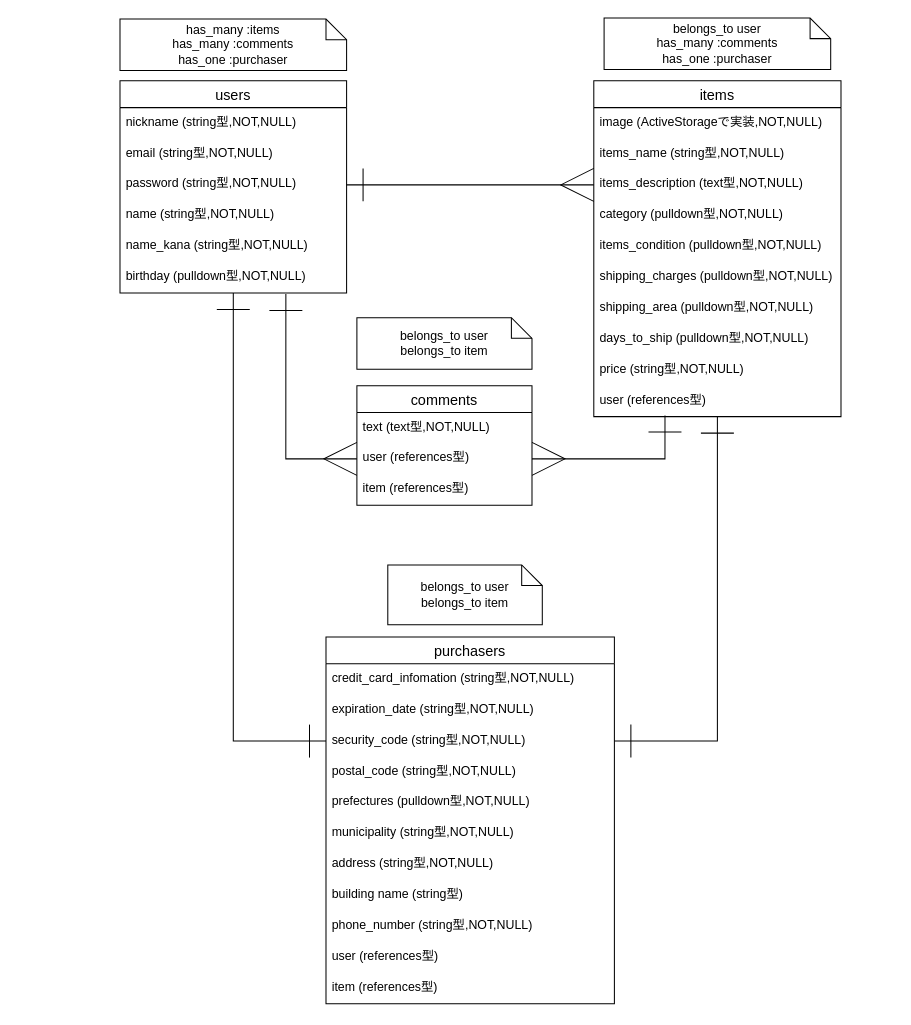
The draw.io diagram ER.dio in Yurai-0820/furima-31517, before the edit. Source tidied: cells renumbered, new cells numbered last; positions are measured from the earlier drawing's top-left corner, leaving out a move shared by most shapes. Both pictures are drawn from the tidied source at 103%, with x=0, y=0 at pixel (119, 18).
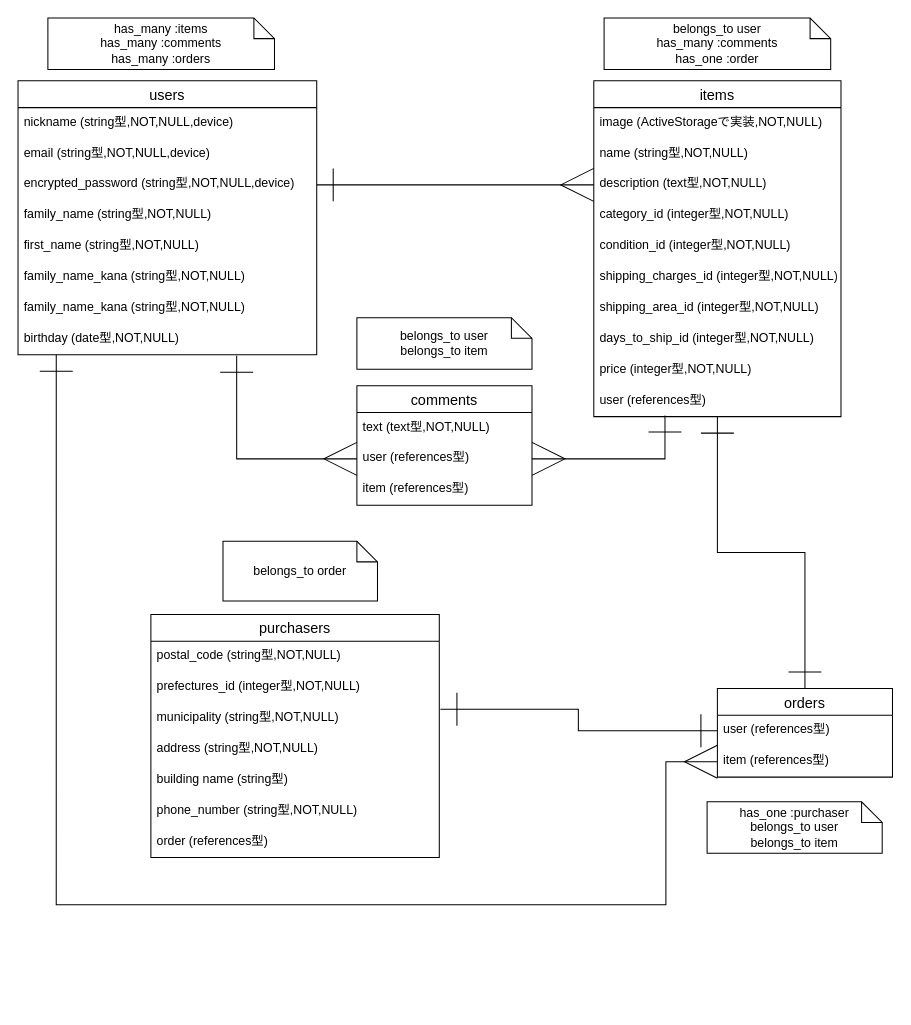
The same diagram, later.

Unchanged cells that the change refers to:
```xml
<mxCell id="9" value="items" style="swimlane;fontStyle=0;horizontal=1;startSize=26;align=center;fontSize=14;" parent="1" vertex="1">
  <mxGeometry x="460" y="61" width="240" height="326" as="geometry" />
</mxCell>
```

The edit, as a diff of the source:
```diff
@@
     <mxCell id="2" value="users" style="swimlane;fontStyle=0;horizontal=1;startSize=26;align=center;fontSize=14;" parent="1" vertex="1">
-      <mxGeometry y="61" width="220" height="206" as="geometry" />
+      <mxGeometry x="-99" y="61" width="290" height="266" as="geometry" />
     </mxCell>
-    <mxCell id="3" value="nickname (string型,NOT,NULL)" style="text;strokeColor=none;fillColor=none;spacingLeft=4;spacingRight=4;overflow=hidden;fontSize=12;" parent="2" vertex="1">
-      <mxGeometry y="26" width="220" height="30" as="geometry" />
+    <mxCell id="3" value="nickname (string型,NOT,NULL,device)" style="text;strokeColor=none;fillColor=none;spacingLeft=4;spacingRight=4;overflow=hidden;fontSize=12;" parent="2" vertex="1">
+      <mxGeometry y="26" width="290" height="30" as="geometry" />
     </mxCell>
-    <mxCell id="4" value="email (string型,NOT,NULL)" style="text;strokeColor=none;fillColor=none;spacingLeft=4;spacingRight=4;overflow=hidden;fontSize=12;" parent="2" vertex="1">
-      <mxGeometry y="56" width="220" height="30" as="geometry" />
+    <mxCell id="4" value="email (string型,NOT,NULL,device)" style="text;strokeColor=none;fillColor=none;spacingLeft=4;spacingRight=4;overflow=hidden;fontSize=12;" parent="2" vertex="1">
+      <mxGeometry y="56" width="290" height="30" as="geometry" />
     </mxCell>
-    <mxCell id="5" value="password (string型,NOT,NULL)" style="text;strokeColor=none;fillColor=none;spacingLeft=4;spacingRight=4;overflow=hidden;points=[[0,0.5],[1,0.5]];portConstraint=eastwest;fontSize=12;" parent="2" vertex="1">
-      <mxGeometry y="86" width="220" height="30" as="geometry" />
+    <mxCell id="5" value="encrypted_password (string型,NOT,NULL,device)" style="text;strokeColor=none;fillColor=none;spacingLeft=4;spacingRight=4;overflow=hidden;points=[[0,0.5],[1,0.5]];portConstraint=eastwest;fontSize=12;" parent="2" vertex="1">
+      <mxGeometry y="86" width="290" height="30" as="geometry" />
     </mxCell>
-    <mxCell id="6" value="name (string型,NOT,NULL)" style="text;strokeColor=none;fillColor=none;spacingLeft=4;spacingRight=4;overflow=hidden;fontSize=12;" parent="2" vertex="1">
-      <mxGeometry y="116" width="220" height="30" as="geometry" />
+    <mxCell id="6" value="family_name (string型,NOT,NULL)" style="text;strokeColor=none;fillColor=none;spacingLeft=4;spacingRight=4;overflow=hidden;fontSize=12;" parent="2" vertex="1">
+      <mxGeometry y="116" width="290" height="30" as="geometry" />
     </mxCell>
+    <mxCell id="45" value="first_name (string型,NOT,NULL)" style="text;strokeColor=none;fillColor=none;spacingLeft=4;spacingRight=4;overflow=hidden;fontSize=12;" parent="2" vertex="1">
+      <mxGeometry y="146" width="290" height="30" as="geometry" />
+    </mxCell>
-    <mxCell id="7" value="name_kana (string型,NOT,NULL)" style="text;strokeColor=none;fillColor=none;spacingLeft=4;spacingRight=4;overflow=hidden;fontSize=12;" parent="2" vertex="1">
-      <mxGeometry y="146" width="220" height="30" as="geometry" />
+    <mxCell id="7" value="family_name_kana (string型,NOT,NULL)" style="text;strokeColor=none;fillColor=none;spacingLeft=4;spacingRight=4;overflow=hidden;fontSize=12;" parent="2" vertex="1">
+      <mxGeometry y="176" width="290" height="30" as="geometry" />
     </mxCell>
+    <mxCell id="46" value="family_name_kana (string型,NOT,NULL)" style="text;strokeColor=none;fillColor=none;spacingLeft=4;spacingRight=4;overflow=hidden;fontSize=12;" parent="2" vertex="1">
+      <mxGeometry y="206" width="290" height="30" as="geometry" />
+    </mxCell>
-    <mxCell id="8" value="birthday (pulldown型,NOT,NULL)" style="text;strokeColor=none;fillColor=none;spacingLeft=4;spacingRight=4;overflow=hidden;points=[[0,0.5],[1,0.5]];portConstraint=eastwest;fontSize=12;" parent="2" vertex="1">
-      <mxGeometry y="176" width="220" height="30" as="geometry" />
+    <mxCell id="8" value="birthday (date型,NOT,NULL)" style="text;strokeColor=none;fillColor=none;spacingLeft=4;spacingRight=4;overflow=hidden;points=[[0,0.5],[1,0.5]];portConstraint=eastwest;fontSize=12;" parent="2" vertex="1">
+      <mxGeometry y="236" width="290" height="30" as="geometry" />
     </mxCell>
+    <mxCell id="47" style="edgeStyle=orthogonalEdgeStyle;rounded=0;jettySize=auto;html=1;entryX=0.5;entryY=0;entryDx=0;entryDy=0;endSize=30;startSize=30;startArrow=ERone;startFill=0;endArrow=ERone;endFill=0;" parent="1" edge="1" source="9" target="48">
+      <mxGeometry relative="1" as="geometry" />
+    </mxCell>
@@
-    <mxCell id="11" value="items_name (string型,NOT,NULL)" style="text;strokeColor=none;fillColor=none;spacingLeft=4;spacingRight=4;overflow=hidden;fontSize=12;" parent="9" vertex="1">
+    <mxCell id="11" value="name (string型,NOT,NULL)" style="text;strokeColor=none;fillColor=none;spacingLeft=4;spacingRight=4;overflow=hidden;fontSize=12;" parent="9" vertex="1">
       <mxGeometry y="56" width="240" height="30" as="geometry" />
     </mxCell>
-    <mxCell id="12" value="items_description (text型,NOT,NULL)" style="text;strokeColor=none;fillColor=none;spacingLeft=4;spacingRight=4;overflow=hidden;points=[[0,0.5],[1,0.5]];portConstraint=eastwest;fontSize=12;" parent="9" vertex="1">
+    <mxCell id="12" value="description (text型,NOT,NULL)" style="text;strokeColor=none;fillColor=none;spacingLeft=4;spacingRight=4;overflow=hidden;points=[[0,0.5],[1,0.5]];portConstraint=eastwest;fontSize=12;" parent="9" vertex="1">
       <mxGeometry y="86" width="240" height="30" as="geometry" />
     </mxCell>
-    <mxCell id="13" value="category (pulldown型,NOT,NULL)" style="text;strokeColor=none;fillColor=none;spacingLeft=4;spacingRight=4;overflow=hidden;fontSize=12;" parent="9" vertex="1">
+    <mxCell id="13" value="category_id (integer型,NOT,NULL)" style="text;strokeColor=none;fillColor=none;spacingLeft=4;spacingRight=4;overflow=hidden;fontSize=12;" parent="9" vertex="1">
       <mxGeometry y="116" width="240" height="30" as="geometry" />
     </mxCell>
-    <mxCell id="14" value="items_condition (pulldown型,NOT,NULL)" style="text;strokeColor=none;fillColor=none;spacingLeft=4;spacingRight=4;overflow=hidden;fontSize=12;" parent="9" vertex="1">
+    <mxCell id="14" value="condition_id (integer型,NOT,NULL)" style="text;strokeColor=none;fillColor=none;spacingLeft=4;spacingRight=4;overflow=hidden;fontSize=12;" parent="9" vertex="1">
       <mxGeometry y="146" width="240" height="30" as="geometry" />
     </mxCell>
-    <mxCell id="15" value="shipping_charges (pulldown型,NOT,NULL)" style="text;strokeColor=none;fillColor=none;spacingLeft=4;spacingRight=4;overflow=hidden;fontSize=12;" parent="9" vertex="1">
+    <mxCell id="15" value="shipping_charges_id (integer型,NOT,NULL)" style="text;strokeColor=none;fillColor=none;spacingLeft=4;spacingRight=4;overflow=hidden;fontSize=12;" parent="9" vertex="1">
       <mxGeometry y="176" width="240" height="30" as="geometry" />
     </mxCell>
-    <mxCell id="16" value="shipping_area (pulldown型,NOT,NULL)" style="text;strokeColor=none;fillColor=none;spacingLeft=4;spacingRight=4;overflow=hidden;fontSize=12;" parent="9" vertex="1">
+    <mxCell id="16" value="shipping_area_id (integer型,NOT,NULL)" style="text;strokeColor=none;fillColor=none;spacingLeft=4;spacingRight=4;overflow=hidden;fontSize=12;" parent="9" vertex="1">
       <mxGeometry y="206" width="240" height="30" as="geometry" />
     </mxCell>
-    <mxCell id="17" value="days_to_ship (pulldown型,NOT,NULL)" style="text;strokeColor=none;fillColor=none;spacingLeft=4;spacingRight=4;overflow=hidden;fontSize=12;" parent="9" vertex="1">
+    <mxCell id="17" value="days_to_ship_id (integer型,NOT,NULL)" style="text;strokeColor=none;fillColor=none;spacingLeft=4;spacingRight=4;overflow=hidden;fontSize=12;" parent="9" vertex="1">
       <mxGeometry y="236" width="240" height="30" as="geometry" />
     </mxCell>
-    <mxCell id="18" value="price (string型,NOT,NULL)" style="text;strokeColor=none;fillColor=none;spacingLeft=4;spacingRight=4;overflow=hidden;fontSize=12;" parent="9" vertex="1">
+    <mxCell id="18" value="price (integer型,NOT,NULL)" style="text;strokeColor=none;fillColor=none;spacingLeft=4;spacingRight=4;overflow=hidden;fontSize=12;" parent="9" vertex="1">
       <mxGeometry y="266" width="240" height="30" as="geometry" />
     </mxCell>
@@
     <mxCell id="20" value="purchasers" style="swimlane;fontStyle=0;horizontal=1;startSize=26;align=center;fontSize=14;" parent="1" vertex="1">
-      <mxGeometry x="200" y="601" width="280" height="356" as="geometry" />
+      <mxGeometry x="30" y="579" width="280" height="236" as="geometry" />
     </mxCell>
-    <mxCell id="21" value="credit_card_infomation (string型,NOT,NULL)" style="text;strokeColor=none;fillColor=none;spacingLeft=4;spacingRight=4;overflow=hidden;fontSize=12;" parent="20" vertex="1">
-      <mxGeometry y="26" width="280" height="30" as="geometry" />
-    </mxCell>
-    <mxCell id="22" value="expiration_date (string型,NOT,NULL)" style="text;strokeColor=none;fillColor=none;spacingLeft=4;spacingRight=4;overflow=hidden;fontSize=12;" parent="20" vertex="1">
-      <mxGeometry y="56" width="280" height="30" as="geometry" />
-    </mxCell>
-    <mxCell id="23" value="security_code (string型,NOT,NULL)" style="text;strokeColor=none;fillColor=none;spacingLeft=4;spacingRight=4;overflow=hidden;points=[[0,0.5],[1,0.5]];portConstraint=eastwest;fontSize=12;" parent="20" vertex="1">
-      <mxGeometry y="86" width="280" height="30" as="geometry" />
-    </mxCell>
     <mxCell id="24" value="postal_code (string型,NOT,NULL)" style="text;strokeColor=none;fillColor=none;spacingLeft=4;spacingRight=4;overflow=hidden;fontSize=12;" parent="20" vertex="1">
-      <mxGeometry y="116" width="280" height="30" as="geometry" />
+      <mxGeometry y="26" width="280" height="30" as="geometry" />
     </mxCell>
-    <mxCell id="25" value="prefectures (pulldown型,NOT,NULL)" style="text;strokeColor=none;fillColor=none;spacingLeft=4;spacingRight=4;overflow=hidden;fontSize=12;" parent="20" vertex="1">
-      <mxGeometry y="146" width="280" height="30" as="geometry" />
+    <mxCell id="25" value="prefectures_id (integer型,NOT,NULL)" style="text;strokeColor=none;fillColor=none;spacingLeft=4;spacingRight=4;overflow=hidden;fontSize=12;" parent="20" vertex="1">
+      <mxGeometry y="56" width="280" height="30" as="geometry" />
     </mxCell>
     <mxCell id="26" value="municipality (string型,NOT,NULL)" style="text;strokeColor=none;fillColor=none;spacingLeft=4;spacingRight=4;overflow=hidden;points=[[0,0.5],[1,0.5]];portConstraint=eastwest;fontSize=12;" parent="20" vertex="1">
-      <mxGeometry y="176" width="280" height="30" as="geometry" />
+      <mxGeometry y="86" width="280" height="30" as="geometry" />
     </mxCell>
     <mxCell id="27" value="address (string型,NOT,NULL)" style="text;strokeColor=none;fillColor=none;spacingLeft=4;spacingRight=4;overflow=hidden;fontSize=12;" parent="20" vertex="1">
-      <mxGeometry y="206" width="280" height="30" as="geometry" />
+      <mxGeometry y="116" width="280" height="30" as="geometry" />
     </mxCell>
     <mxCell id="28" value="building name (string型)" style="text;strokeColor=none;fillColor=none;spacingLeft=4;spacingRight=4;overflow=hidden;fontSize=12;" parent="20" vertex="1">
-      <mxGeometry y="236" width="280" height="30" as="geometry" />
+      <mxGeometry y="146" width="280" height="30" as="geometry" />
     </mxCell>
     <mxCell id="29" value="phone_number (string型,NOT,NULL)" style="text;strokeColor=none;fillColor=none;spacingLeft=4;spacingRight=4;overflow=hidden;fontSize=12;" parent="20" vertex="1">
-      <mxGeometry y="266" width="280" height="30" as="geometry" />
+      <mxGeometry y="176" width="280" height="30" as="geometry" />
     </mxCell>
-    <mxCell id="30" value="user (references型)" style="text;strokeColor=none;fillColor=none;spacingLeft=4;spacingRight=4;overflow=hidden;fontSize=12;" parent="20" vertex="1">
-      <mxGeometry y="296" width="280" height="30" as="geometry" />
+    <mxCell id="30" value="order (references型)" style="text;strokeColor=none;fillColor=none;spacingLeft=4;spacingRight=4;overflow=hidden;fontSize=12;" parent="20" vertex="1">
+      <mxGeometry y="206" width="280" height="30" as="geometry" />
     </mxCell>
-    <mxCell id="31" value="item (references型)" style="text;strokeColor=none;fillColor=none;spacingLeft=4;spacingRight=4;overflow=hidden;points=[[0,0.5],[1,0.5]];portConstraint=eastwest;fontSize=12;" parent="20" vertex="1">
-      <mxGeometry y="326" width="280" height="30" as="geometry" />
-    </mxCell>
@@
-    <mxCell id="33" style="edgeStyle=orthogonalEdgeStyle;rounded=0;jettySize=auto;html=1;exitX=0;exitY=0.5;exitDx=0;exitDy=0;startArrow=ERone;startFill=0;startSize=30;endArrow=ERone;endFill=0;endSize=30;" parent="1" edge="1" source="23" target="2">
-      <mxGeometry relative="1" as="geometry" />
-    </mxCell>
-    <mxCell id="34" style="edgeStyle=orthogonalEdgeStyle;rounded=0;jettySize=auto;html=1;exitX=1;exitY=0.5;exitDx=0;exitDy=0;startArrow=ERone;startFill=0;startSize=30;endArrow=ERone;endFill=0;endSize=30;" parent="1" edge="1" source="23" target="9">
-      <mxGeometry relative="1" as="geometry" />
-    </mxCell>
@@
-    <mxCell id="41" value="has_many :items&lt;br&gt;has_many :comments&lt;br&gt;has_one :purchaser" style="shape=note;size=20;whiteSpace=wrap;html=1;" parent="1" vertex="1">
-      <mxGeometry y="1" width="220" height="50" as="geometry" />
+    <mxCell id="41" value="has_many :items&lt;br&gt;has_many :comments&lt;br&gt;has_many :orders" style="shape=note;size=20;whiteSpace=wrap;html=1;" parent="1" vertex="1">
+      <mxGeometry x="-70" width="220" height="50" as="geometry" />
     </mxCell>
-    <mxCell id="42" value="belongs_to user&lt;br&gt;has_many :comments&lt;br&gt;has_one :purchaser" style="shape=note;size=20;whiteSpace=wrap;html=1;" parent="1" vertex="1">
+    <mxCell id="42" value="belongs_to user&lt;br&gt;has_many :comments&lt;br&gt;has_one :order" style="shape=note;size=20;whiteSpace=wrap;html=1;" parent="1" vertex="1">
       <mxGeometry x="470" width="220" height="50" as="geometry" />
     </mxCell>
@@
-    <mxCell id="44" value="belongs_to user&lt;br&gt;belongs_to item" style="shape=note;size=20;whiteSpace=wrap;html=1;" parent="1" vertex="1">
-      <mxGeometry x="260" y="531" width="150" height="58" as="geometry" />
+    <mxCell id="44" value="belongs_to order" style="shape=note;size=20;whiteSpace=wrap;html=1;" parent="1" vertex="1">
+      <mxGeometry x="100" y="508" width="150" height="58" as="geometry" />
     </mxCell>
+    <mxCell id="48" value="orders" style="swimlane;fontStyle=0;horizontal=1;startSize=26;align=center;fontSize=14;" parent="1" vertex="1">
+      <mxGeometry x="580" y="651" width="170" height="86" as="geometry" />
+    </mxCell>
+    <mxCell id="49" value="user (references型)" style="text;strokeColor=none;fillColor=none;spacingLeft=4;spacingRight=4;overflow=hidden;points=[[0,0.5],[1,0.5]];portConstraint=eastwest;fontSize=12;" parent="48" vertex="1">
+      <mxGeometry y="26" width="170" height="30" as="geometry" />
+    </mxCell>
+    <mxCell id="31" value="item (references型)" style="text;strokeColor=none;fillColor=none;spacingLeft=4;spacingRight=4;overflow=hidden;points=[[0,0.5],[1,0.5]];portConstraint=eastwest;fontSize=12;" parent="48" vertex="1">
+      <mxGeometry y="56" width="170" height="30" as="geometry" />
+    </mxCell>
+    <mxCell id="50" value="has_one :purchaser&lt;br&gt;belongs_to user&lt;br&gt;belongs_to item" style="shape=note;size=20;whiteSpace=wrap;html=1;" parent="1" vertex="1">
+      <mxGeometry x="570" y="761" width="170" height="50" as="geometry" />
+    </mxCell>
+    <mxCell id="51" style="edgeStyle=orthogonalEdgeStyle;rounded=0;jettySize=auto;html=1;exitX=0;exitY=0.5;exitDx=0;exitDy=0;entryX=0.128;entryY=1;entryDx=0;entryDy=0;entryPerimeter=0;endSize=30;startSize=30;startArrow=ERmany;startFill=0;endArrow=ERone;endFill=0;" parent="1" edge="1" source="31" target="8">
+      <mxGeometry relative="1" as="geometry">
+        <Array as="points">
+          <mxPoint x="530" y="722" />
+          <mxPoint x="530" y="861" />
+          <mxPoint x="-62" y="861" />
+        </Array>
+      </mxGeometry>
+    </mxCell>
+    <mxCell id="52" style="edgeStyle=orthogonalEdgeStyle;rounded=0;jettySize=auto;html=1;exitX=0;exitY=0.5;exitDx=0;exitDy=0;entryX=1.004;entryY=0.2;entryDx=0;entryDy=0;entryPerimeter=0;startArrow=ERone;startFill=0;startSize=30;endArrow=ERone;endFill=0;endSize=30;" parent="1" edge="1" source="49" target="26">
+      <mxGeometry relative="1" as="geometry" />
+    </mxCell>
```
